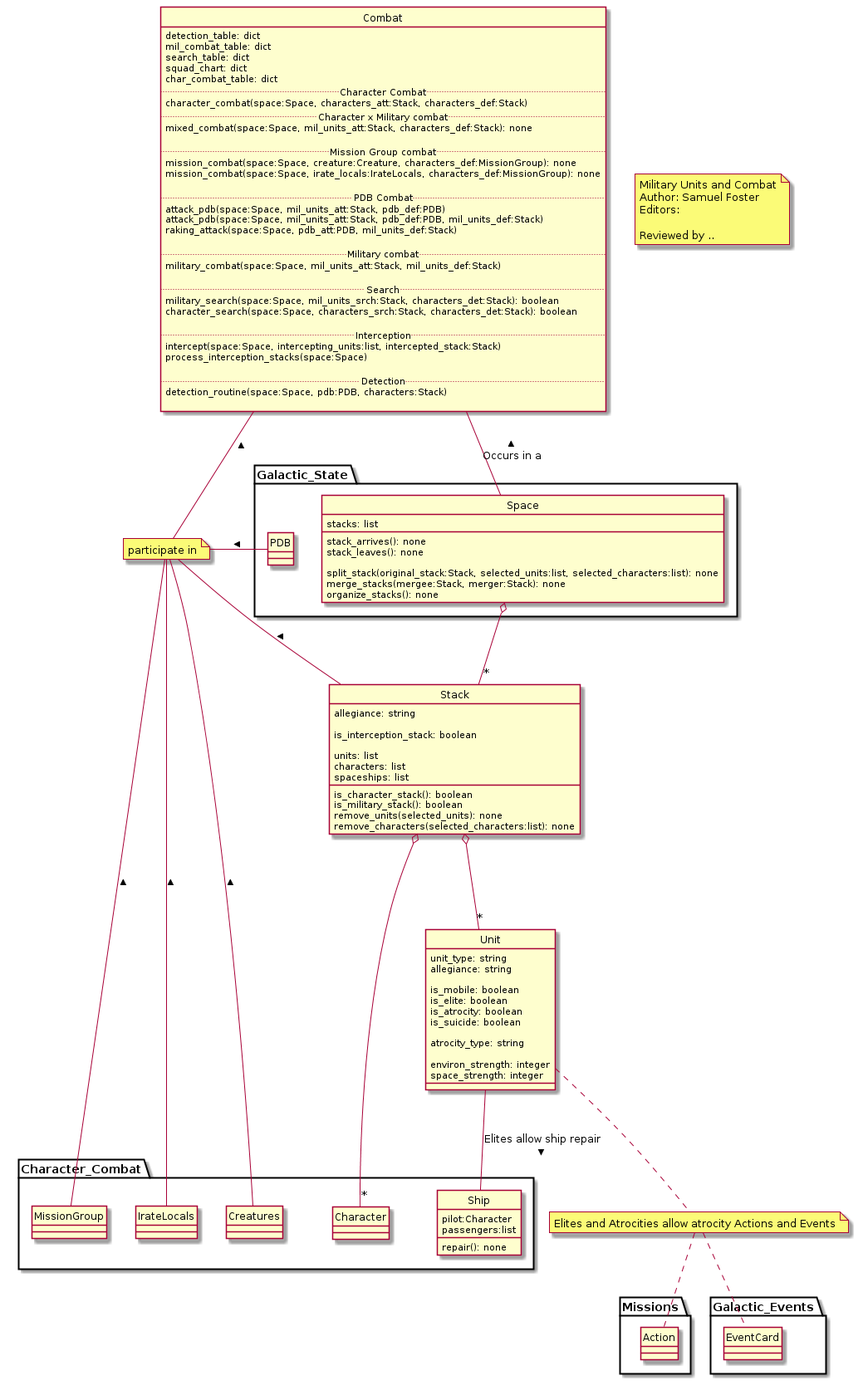
Earlier version of the PlantUML export military_combat/military_units_and_combat.png (ui-cs383/Class-Diagrams).
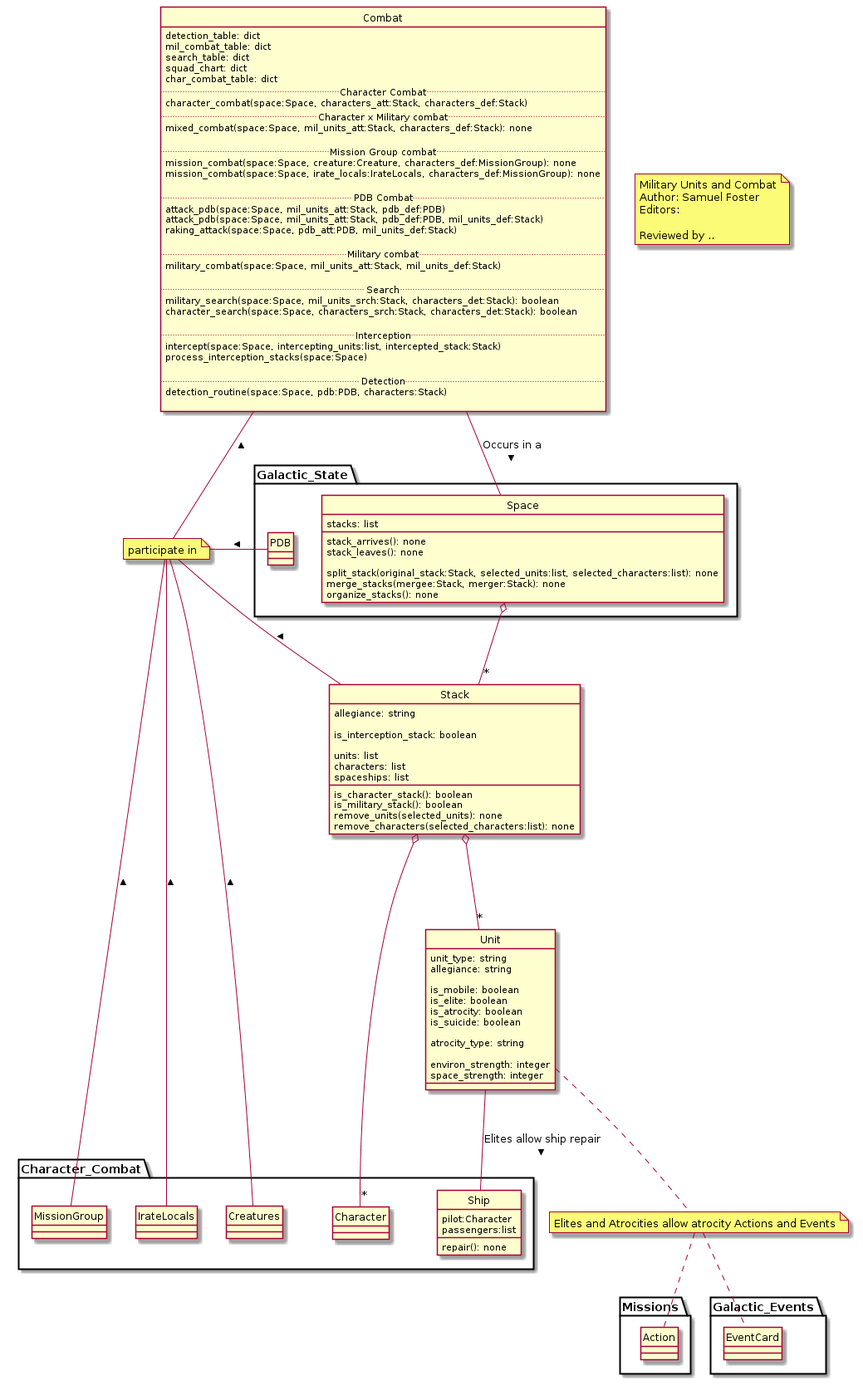
After the commit.

Commit message:
Changed direction on relationship between Combat and Space (was 'Space occurs in Combat')

The edit, as a diff of the source:
```diff
@@ -149,7 +149,7 @@
 N2 -- Stack : <
 N2 -- PDB : <
 
-Space -- Combat : Occurs in a >
+Space -- Combat : Occurs in a <
 
 Space o-- "*" Stack
 
```
